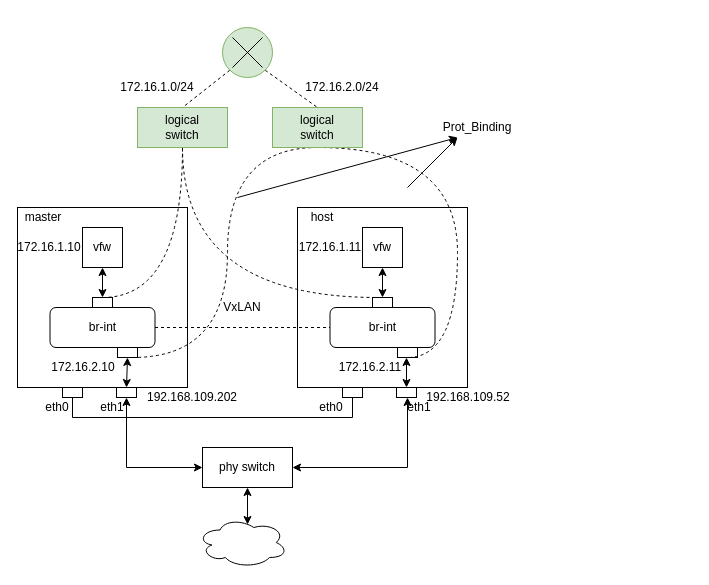
The draw.io diagram ovn-net.drawio in ctimbai/draw.io, before the edit. Source tidied: cells renumbered, new cells numbered last; positions are measured from the earlier drawing's top-left corner, leaving out a move shared by most shapes. Both pictures are drawn from the tidied source at 100%, with x=0, y=0 at pixel (17, 27).
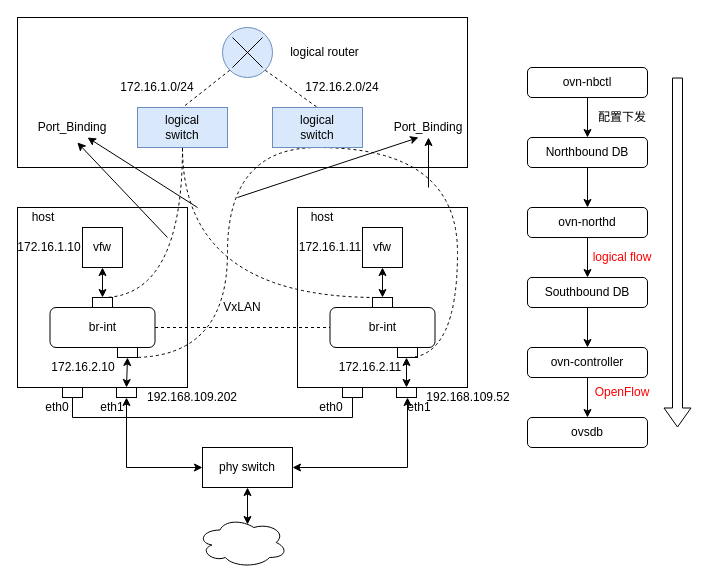
Above is the later version.

What changed in the source:
```diff
@@
+    <mxCell id="56" style="rounded=0;whiteSpace=wrap;html=1;" parent="1" vertex="1">
+      <mxGeometry y="-10" width="450" height="150" as="geometry" />
+    </mxCell>
@@
-    <mxCell id="27" value="logical&lt;br&gt;switch" style="rounded=0;whiteSpace=wrap;html=1;fillColor=#d5e8d4;strokeColor=#82b366;" parent="1" vertex="1">
+    <mxCell id="27" value="logical&lt;br&gt;switch" style="rounded=0;whiteSpace=wrap;html=1;fillColor=#dae8fc;strokeColor=#6c8ebf;" parent="1" vertex="1">
       <mxGeometry x="120" y="80" width="90" height="40" as="geometry" />
     </mxCell>
@@
-    <mxCell id="30" value="master" style="text;html=1;strokeColor=none;fillColor=none;align=center;verticalAlign=middle;whiteSpace=wrap;rounded=0;" parent="1" vertex="1">
+    <mxCell id="30" value="host" style="text;html=1;strokeColor=none;fillColor=none;align=center;verticalAlign=middle;whiteSpace=wrap;rounded=0;" parent="1" vertex="1">
       <mxGeometry x="6" y="180" width="40" height="20" as="geometry" />
     </mxCell>
@@
-    <mxCell id="36" style="ellipse;whiteSpace=wrap;html=1;fillColor=#d5e8d4;strokeColor=#82b366;" parent="1" vertex="1">
+    <mxCell id="36" style="ellipse;whiteSpace=wrap;html=1;fillColor=#dae8fc;strokeColor=#6c8ebf;" parent="1" vertex="1">
       <mxGeometry x="205" width="50" height="50" as="geometry" />
     </mxCell>
@@
-    <mxCell id="43" value="logical&lt;br&gt;switch" style="rounded=0;whiteSpace=wrap;html=1;fillColor=#d5e8d4;strokeColor=#82b366;" parent="1" vertex="1">
+    <mxCell id="43" value="logical&lt;br&gt;switch" style="rounded=0;whiteSpace=wrap;html=1;fillColor=#dae8fc;strokeColor=#6c8ebf;" parent="1" vertex="1">
       <mxGeometry x="255" y="80" width="90" height="40" as="geometry" />
     </mxCell>
-    <mxCell id="44" style="endArrow=classic;html=1;" parent="1" edge="1">
+    <mxCell id="44" style="endArrow=classic;html=1;entryX=0.5;entryY=1;entryDx=0;entryDy=0;" parent="1" edge="1" target="45">
       <mxGeometry relative="1" as="geometry">
-        <mxPoint x="390" y="160" as="sourcePoint" />
-        <mxPoint x="440" y="110" as="targetPoint" />
+        <mxPoint x="411" y="160" as="sourcePoint" />
       </mxGeometry>
     </mxCell>
-    <mxCell id="45" value="Prot_Binding" style="text;html=1;strokeColor=none;fillColor=none;align=center;verticalAlign=middle;whiteSpace=wrap;rounded=0;" parent="1" vertex="1">
-      <mxGeometry x="440" y="90" width="40" height="20" as="geometry" />
+    <mxCell id="45" value="Port_Binding" style="text;html=1;strokeColor=none;fillColor=none;align=center;verticalAlign=middle;whiteSpace=wrap;rounded=0;" parent="1" vertex="1">
+      <mxGeometry x="391" y="90" width="40" height="20" as="geometry" />
     </mxCell>
@@
-    <mxCell id="48" style="endArrow=classic;html=1;entryX=0;entryY=1;entryDx=0;entryDy=0;" parent="1" edge="1" target="45">
+    <mxCell id="48" style="endArrow=classic;html=1;entryX=0.25;entryY=1;entryDx=0;entryDy=0;" parent="1" edge="1" target="45">
       <mxGeometry relative="1" as="geometry">
         <mxPoint x="220" y="170" as="sourcePoint" />
       </mxGeometry>
     </mxCell>
@@
+    <mxCell id="57" style="endArrow=classic;html=1;entryX=0.133;entryY=0.833;entryDx=0;entryDy=0;entryPerimeter=0;" parent="1" edge="1" target="56">
+      <mxGeometry relative="1" as="geometry">
+        <mxPoint x="150" y="210" as="sourcePoint" />
+      </mxGeometry>
+    </mxCell>
+    <mxCell id="58" style="endArrow=classic;html=1;" parent="1" edge="1">
+      <mxGeometry relative="1" as="geometry">
+        <mxPoint x="180" y="180" as="sourcePoint" />
+        <mxPoint x="70" y="110" as="targetPoint" />
+      </mxGeometry>
+    </mxCell>
+    <mxCell id="59" value="Port_Binding" style="text;html=1;strokeColor=none;fillColor=none;align=center;verticalAlign=middle;whiteSpace=wrap;rounded=0;" parent="1" vertex="1">
+      <mxGeometry x="35" y="90" width="40" height="20" as="geometry" />
+    </mxCell>
+    <mxCell id="60" value="logical router" style="text;html=1;strokeColor=none;fillColor=none;align=center;verticalAlign=middle;whiteSpace=wrap;rounded=0;" parent="1" vertex="1">
+      <mxGeometry x="265" y="15" width="85" height="20" as="geometry" />
+    </mxCell>
+    <mxCell id="61" style="edgeStyle=orthogonalEdgeStyle;rounded=0;jettySize=auto;html=1;exitX=0.5;exitY=1;exitDx=0;exitDy=0;entryX=0.5;entryY=0;entryDx=0;entryDy=0;" parent="1" edge="1" source="62" target="64">
+      <mxGeometry relative="1" as="geometry" />
+    </mxCell>
+    <mxCell id="62" value="ovn-nbctl" style="rounded=1;whiteSpace=wrap;html=1;" parent="1" vertex="1">
+      <mxGeometry x="510" y="40" width="120" height="30" as="geometry" />
+    </mxCell>
+    <mxCell id="63" style="edgeStyle=orthogonalEdgeStyle;rounded=0;jettySize=auto;html=1;exitX=0.5;exitY=1;exitDx=0;exitDy=0;" parent="1" edge="1" source="64" target="66">
+      <mxGeometry relative="1" as="geometry" />
+    </mxCell>
+    <mxCell id="64" value="Northbound DB" style="rounded=1;whiteSpace=wrap;html=1;" parent="1" vertex="1">
+      <mxGeometry x="510" y="110" width="120" height="30" as="geometry" />
+    </mxCell>
+    <mxCell id="65" style="edgeStyle=orthogonalEdgeStyle;rounded=0;jettySize=auto;html=1;exitX=0.5;exitY=1;exitDx=0;exitDy=0;entryX=0.5;entryY=0;entryDx=0;entryDy=0;" parent="1" edge="1" source="66" target="68">
+      <mxGeometry relative="1" as="geometry" />
+    </mxCell>
+    <mxCell id="66" value="ovn-northd" style="rounded=1;whiteSpace=wrap;html=1;" parent="1" vertex="1">
+      <mxGeometry x="510" y="180" width="120" height="30" as="geometry" />
+    </mxCell>
+    <mxCell id="67" style="edgeStyle=orthogonalEdgeStyle;rounded=0;jettySize=auto;html=1;exitX=0.5;exitY=1;exitDx=0;exitDy=0;entryX=0.5;entryY=0;entryDx=0;entryDy=0;" parent="1" edge="1" source="68" target="70">
+      <mxGeometry relative="1" as="geometry" />
+    </mxCell>
+    <mxCell id="68" value="Southbound DB" style="rounded=1;whiteSpace=wrap;html=1;" parent="1" vertex="1">
+      <mxGeometry x="510" y="250" width="120" height="30" as="geometry" />
+    </mxCell>
+    <mxCell id="69" style="edgeStyle=orthogonalEdgeStyle;rounded=0;jettySize=auto;html=1;exitX=0.5;exitY=1;exitDx=0;exitDy=0;" parent="1" edge="1" source="70" target="71">
+      <mxGeometry relative="1" as="geometry" />
+    </mxCell>
+    <mxCell id="70" value="ovn-controller" style="rounded=1;whiteSpace=wrap;html=1;" parent="1" vertex="1">
+      <mxGeometry x="510" y="320" width="120" height="30" as="geometry" />
+    </mxCell>
+    <mxCell id="71" value="ovsdb" style="rounded=1;whiteSpace=wrap;html=1;" parent="1" vertex="1">
+      <mxGeometry x="510" y="390" width="120" height="30" as="geometry" />
+    </mxCell>
+    <mxCell id="72" value="配置下发" style="text;html=1;strokeColor=none;fillColor=none;align=center;verticalAlign=middle;whiteSpace=wrap;rounded=0;" parent="1" vertex="1">
+      <mxGeometry x="570" y="80" width="70" height="20" as="geometry" />
+    </mxCell>
+    <mxCell id="73" value="&lt;font color=&quot;#ff0000&quot;&gt;logical flow&lt;/font&gt;" style="text;html=1;strokeColor=none;fillColor=none;align=center;verticalAlign=middle;whiteSpace=wrap;rounded=0;" parent="1" vertex="1">
+      <mxGeometry x="570" y="220" width="70" height="20" as="geometry" />
+    </mxCell>
+    <mxCell id="74" value="&lt;font color=&quot;#ff0000&quot;&gt;OpenFlow&lt;/font&gt;" style="text;html=1;strokeColor=none;fillColor=none;align=center;verticalAlign=middle;whiteSpace=wrap;rounded=0;" parent="1" vertex="1">
+      <mxGeometry x="570" y="355" width="70" height="20" as="geometry" />
+    </mxCell>
+    <mxCell id="75" style="shape=flexArrow;endArrow=classic;html=1;endWidth=16;endSize=6;" parent="1" edge="1">
+      <mxGeometry relative="1" as="geometry">
+        <mxPoint x="660" y="50" as="sourcePoint" />
+        <mxPoint x="660" y="400" as="targetPoint" />
+      </mxGeometry>
+    </mxCell>
```
